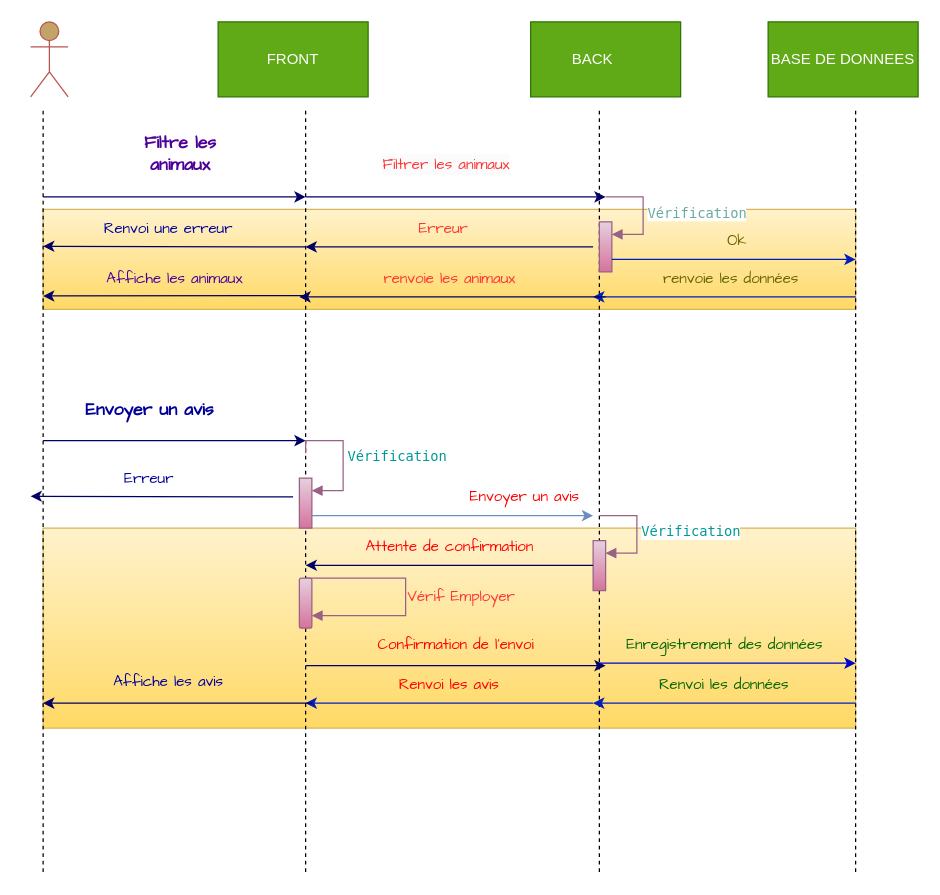
Earlier version of the draw.io diagram Diagramme séquence.drawio (ThibautOV/ZooArcadia). Source tidied: cells renumbered, new cells numbered last; positions are measured from the earlier drawing's top-left corner, leaving out a move shared by most shapes. Both pictures are drawn from the tidied source at 125%, with x=0, y=0 at pixel (30, 21).
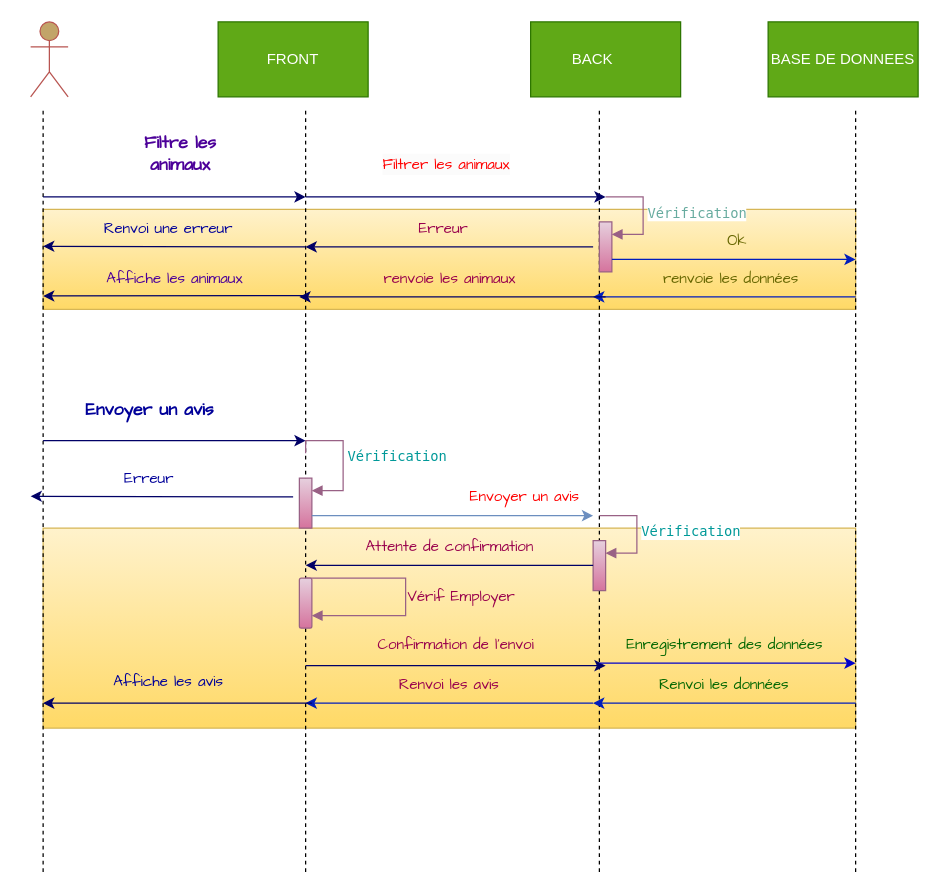
Above is the later version.

Commit message:
Mettre à jour Diagramme séquence.drawio

The edit, as a diff of the source:
```diff
@@
-    <mxCell id="15" value="&lt;span style=&quot;color: rgb(255, 51, 51); font-family: &amp;quot;Comic Sans MS&amp;quot;; font-size: 12px; font-style: normal; font-variant-ligatures: normal; font-variant-caps: normal; font-weight: 400; letter-spacing: normal; orphans: 2; text-align: center; text-indent: 0px; text-transform: none; widows: 2; word-spacing: 0px; -webkit-text-stroke-width: 0px; white-space: normal; background-color: rgb(251, 251, 251); text-decoration-thickness: initial; text-decoration-style: initial; text-decoration-color: initial; display: inline !important; float: none;&quot;&gt;Filtrer les animaux&lt;/span&gt;" style="text;whiteSpace=wrap;html=1;" parent="1" vertex="1">
+    <mxCell id="15" value="&lt;span style=&quot;font-family: &amp;quot;Comic Sans MS&amp;quot;; font-size: 12px; font-style: normal; font-variant-ligatures: normal; font-variant-caps: normal; font-weight: 400; letter-spacing: normal; orphans: 2; text-align: center; text-indent: 0px; text-transform: none; widows: 2; word-spacing: 0px; -webkit-text-stroke-width: 0px; white-space: normal; background-color: rgb(251, 251, 251); text-decoration-thickness: initial; text-decoration-style: initial; text-decoration-color: initial; float: none; display: inline !important;&quot;&gt;&lt;font color=&quot;#ff0000&quot;&gt;Filtrer les animaux&lt;/font&gt;&lt;/span&gt;" style="text;whiteSpace=wrap;html=1;" parent="1" vertex="1">
       <mxGeometry x="280" y="100" width="140" height="40" as="geometry" />
     </mxCell>
@@
-    <mxCell id="20" value="&lt;font color=&quot;#ff3333&quot; face=&quot;Comic Sans MS&quot;&gt;Erreur&lt;/font&gt;" style="text;html=1;align=center;verticalAlign=middle;strokeColor=none;fillColor=none;" parent="1" vertex="1">
+    <mxCell id="20" value="&lt;font color=&quot;#99004d&quot; face=&quot;Comic Sans MS&quot;&gt;Erreur&lt;/font&gt;" style="text;html=1;align=center;verticalAlign=middle;strokeColor=none;fillColor=none;" parent="1" vertex="1">
       <mxGeometry x="300" y="150" width="60" height="30" as="geometry" />
     </mxCell>
@@
-    <mxCell id="27" value="&lt;font color=&quot;#ff3333&quot; face=&quot;Comic Sans MS&quot;&gt;renvoie les animaux&lt;/font&gt;" style="text;html=1;align=center;verticalAlign=middle;strokeColor=none;fillColor=none;" parent="1" vertex="1">
+    <mxCell id="27" value="&lt;font color=&quot;#99004d&quot; face=&quot;Comic Sans MS&quot;&gt;renvoie les animaux&lt;/font&gt;" style="text;html=1;align=center;verticalAlign=middle;strokeColor=none;fillColor=none;" parent="1" vertex="1">
       <mxGeometry x="270" y="190" width="130" height="30" as="geometry" />
     </mxCell>
@@
-    <mxCell id="39" value="&lt;font face=&quot;Comic Sans MS&quot; color=&quot;#ff0000&quot;&gt;Attente de confirmation&lt;/font&gt;" style="text;html=1;align=center;verticalAlign=middle;strokeColor=none;fillColor=none;" parent="1" vertex="1">
+    <mxCell id="39" value="&lt;font color=&quot;#99004d&quot; face=&quot;Comic Sans MS&quot;&gt;Attente de confirmation&lt;/font&gt;" style="text;html=1;align=center;verticalAlign=middle;strokeColor=none;fillColor=none;" parent="1" vertex="1">
       <mxGeometry x="255" y="405" width="160" height="30" as="geometry" />
     </mxCell>
@@
-    <mxCell id="42" value="&lt;font color=&quot;#ff0000&quot; face=&quot;Comic Sans MS&quot;&gt;Confirmation de l'envoi&lt;/font&gt;" style="text;html=1;align=center;verticalAlign=middle;strokeColor=none;fillColor=none;" parent="1" vertex="1">
+    <mxCell id="42" value="&lt;font color=&quot;#99004d&quot; face=&quot;Comic Sans MS&quot;&gt;Confirmation de l'envoi&lt;/font&gt;" style="text;html=1;align=center;verticalAlign=middle;strokeColor=none;fillColor=none;" parent="1" vertex="1">
       <mxGeometry x="265" y="483" width="150" height="30" as="geometry" />
     </mxCell>
@@
-    <mxCell id="51" value="&lt;font color=&quot;#ff3333&quot; face=&quot;Comic Sans MS&quot;&gt;Vérif Employer&lt;/font&gt;" style="text;html=1;align=center;verticalAlign=middle;whiteSpace=wrap;rounded=0;" parent="1" vertex="1">
+    <mxCell id="51" value="&lt;font color=&quot;#99004d&quot; face=&quot;Comic Sans MS&quot;&gt;Vérif Employer&lt;/font&gt;" style="text;html=1;align=center;verticalAlign=middle;whiteSpace=wrap;rounded=0;" parent="1" vertex="1">
       <mxGeometry x="300" y="445" width="90" height="30" as="geometry" />
     </mxCell>
-    <mxCell id="52" value="&lt;font color=&quot;#ff0000&quot; face=&quot;Comic Sans MS&quot;&gt;Renvoi les avis&lt;/font&gt;" style="text;html=1;align=center;verticalAlign=middle;whiteSpace=wrap;rounded=0;" parent="1" vertex="1">
+    <mxCell id="52" value="&lt;font color=&quot;#99004d&quot; face=&quot;Comic Sans MS&quot;&gt;Renvoi les avis&lt;/font&gt;" style="text;html=1;align=center;verticalAlign=middle;whiteSpace=wrap;rounded=0;" parent="1" vertex="1">
       <mxGeometry x="280" y="515" width="110" height="30" as="geometry" />
     </mxCell>
```
